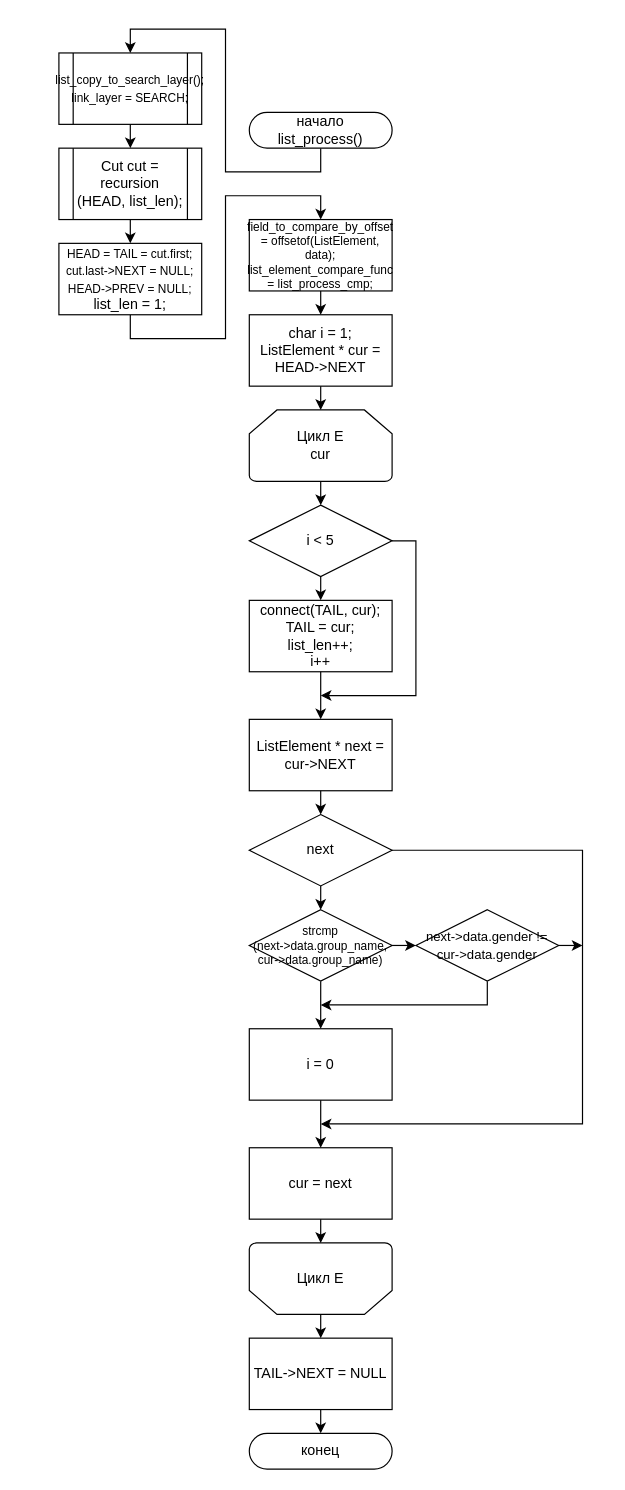
Before: ПЗ/Diagrams/list_process.drawio in Killfrra/AnP, a draw.io diagram. Source tidied: cells renumbered, new cells numbered last; positions are measured from the earlier drawing's top-left corner, leaving out a move shared by most shapes. Both pictures are drawn from the tidied source at 119%, with x=0, y=0 at pixel (58, 29).
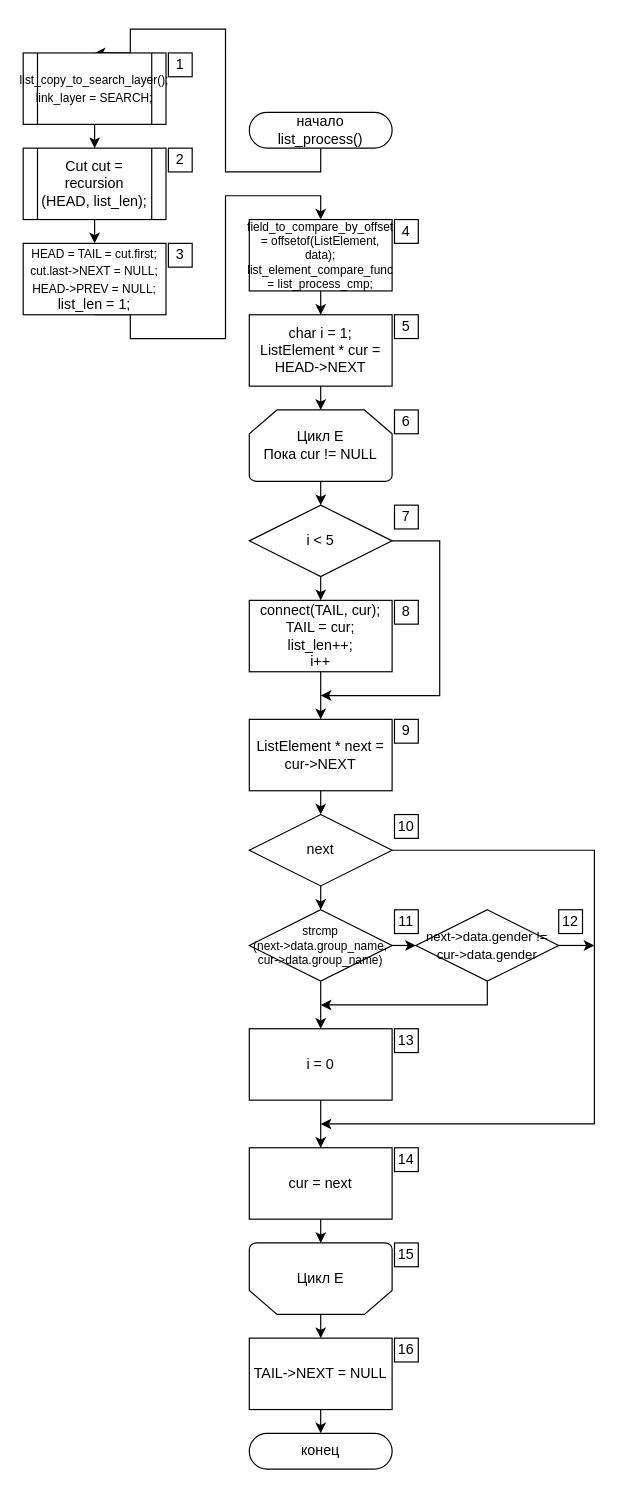
After the change.

The change refers to these unchanged cells:
```xml
<mxCell id="12" value="next" style="rhombus;whiteSpace=wrap;html=1;rounded=0;" parent="1" vertex="1">
  <mxGeometry x="160" y="660" width="120" height="60" as="geometry" />
</mxCell>
<mxCell id="18" value="i &lt; 5" style="rhombus;whiteSpace=wrap;html=1;rounded=0;" parent="1" vertex="1">
  <mxGeometry x="160" y="400" width="120" height="60" as="geometry" />
</mxCell>
<mxCell id="40" value="&lt;font style=&quot;font-size: 11px&quot;&gt;next-&amp;gt;data.gender != cur-&amp;gt;data.gender&lt;/font&gt;" style="rhombus;whiteSpace=wrap;html=1;rounded=0;" parent="1" vertex="1">
  <mxGeometry x="300" y="740" width="120" height="60" as="geometry" />
</mxCell>
```

Change to the diagram source:
```diff
@@
-    <mxCell id="7" value="Цикл E&lt;br&gt;cur" style="strokeWidth=1;html=1;shape=mxgraph.flowchart.loop_limit;whiteSpace=wrap;flipV=0;" parent="1" vertex="1">
+    <mxCell id="7" value="Цикл E&lt;br&gt;Пока cur != NULL" style="strokeWidth=1;html=1;shape=mxgraph.flowchart.loop_limit;whiteSpace=wrap;flipV=0;" parent="1" vertex="1">
       <mxGeometry x="160" y="320" width="120" height="60" as="geometry" />
     </mxCell>
@@
     <mxCell id="15" style="edgeStyle=orthogonalEdgeStyle;rounded=0;jettySize=auto;html=1;exitX=1;exitY=0.5;exitDx=0;exitDy=0;" parent="1" edge="1" source="12">
       <mxGeometry relative="1" as="geometry">
         <mxPoint x="220" y="920" as="targetPoint" />
         <Array as="points">
-          <mxPoint x="440" y="690" />
-          <mxPoint x="440" y="920" />
+          <mxPoint x="450" y="690" />
+          <mxPoint x="450" y="920" />
         </Array>
       </mxGeometry>
     </mxCell>
@@
     <mxCell id="22" style="edgeStyle=orthogonalEdgeStyle;rounded=0;jettySize=auto;html=1;exitX=1;exitY=0.5;exitDx=0;exitDy=0;" parent="1" edge="1" source="18">
       <mxGeometry relative="1" as="geometry">
         <mxPoint x="220" y="560" as="targetPoint" />
         <Array as="points">
-          <mxPoint x="300" y="430" />
-          <mxPoint x="300" y="560" />
+          <mxPoint x="320" y="430" />
+          <mxPoint x="320" y="560" />
         </Array>
       </mxGeometry>
     </mxCell>
@@
     <mxCell id="28" value="&lt;font style=&quot;font-size: 10px&quot;&gt;list_copy_to_search_layer();&lt;br&gt;link_layer = SEARCH;&lt;/font&gt;" style="shape=process;whiteSpace=wrap;html=1;backgroundOutline=1;fontFamily=Helvetica;fontSize=12;fontColor=#000000;align=center;strokeColor=#000000;fillColor=#ffffff;" parent="1" vertex="1">
-      <mxGeometry y="20" width="120" height="60" as="geometry" />
+      <mxGeometry x="-30" y="20" width="120" height="60" as="geometry" />
     </mxCell>
@@
     <mxCell id="30" value="&lt;span&gt;Cut cut =&lt;br&gt;recursion&lt;br&gt;(HEAD, list_len);&lt;/span&gt;" style="shape=process;whiteSpace=wrap;html=1;backgroundOutline=1;fontSize=12;" parent="1" vertex="1">
-      <mxGeometry y="100" width="120" height="60" as="geometry" />
+      <mxGeometry x="-30" y="100" width="120" height="60" as="geometry" />
     </mxCell>
@@
     <mxCell id="32" value="&lt;font style=&quot;font-size: 10px&quot;&gt;&lt;span&gt;HEAD = TAIL = cut.first;&lt;/span&gt;&lt;br&gt;&lt;span&gt;cut.last-&amp;gt;NEXT = NULL;&lt;/span&gt;&lt;br&gt;&lt;span&gt;HEAD-&amp;gt;PREV = NULL;&lt;br&gt;&lt;/span&gt;&lt;span style=&quot;font-size: 12px&quot;&gt;list_len = 1;&lt;/span&gt;&lt;span&gt;&lt;br&gt;&lt;/span&gt;&lt;/font&gt;" style="rounded=0;whiteSpace=wrap;html=1;fontSize=12;" parent="1" vertex="1">
-      <mxGeometry y="180" width="120" height="60" as="geometry" />
+      <mxGeometry x="-30" y="180" width="120" height="60" as="geometry" />
     </mxCell>
@@
     <mxCell id="39" style="edgeStyle=orthogonalEdgeStyle;rounded=0;jettySize=auto;html=1;endSize=6;fontSize=10;" parent="1" edge="1" source="40">
       <mxGeometry relative="1" as="geometry">
-        <mxPoint x="440" y="770" as="targetPoint" />
+        <mxPoint x="450" y="770" as="targetPoint" />
       </mxGeometry>
     </mxCell>
@@
+    <mxCell id="41" value="1" style="whiteSpace=wrap;html=1;" parent="1" vertex="1">
+      <mxGeometry x="92" y="20" width="20" height="20" as="geometry" />
+    </mxCell>
+    <mxCell id="42" value="2" style="whiteSpace=wrap;html=1;" parent="1" vertex="1">
+      <mxGeometry x="92" y="100" width="20" height="20" as="geometry" />
+    </mxCell>
+    <mxCell id="43" value="3" style="whiteSpace=wrap;html=1;" parent="1" vertex="1">
+      <mxGeometry x="92" y="180" width="20" height="20" as="geometry" />
+    </mxCell>
+    <mxCell id="44" value="4" style="whiteSpace=wrap;html=1;" parent="1" vertex="1">
+      <mxGeometry x="282" y="160" width="20" height="20" as="geometry" />
+    </mxCell>
+    <mxCell id="45" value="5" style="whiteSpace=wrap;html=1;" parent="1" vertex="1">
+      <mxGeometry x="282" y="240" width="20" height="20" as="geometry" />
+    </mxCell>
+    <mxCell id="46" value="6" style="whiteSpace=wrap;html=1;" parent="1" vertex="1">
+      <mxGeometry x="282" y="320" width="20" height="20" as="geometry" />
+    </mxCell>
+    <mxCell id="47" value="7" style="whiteSpace=wrap;html=1;" parent="1" vertex="1">
+      <mxGeometry x="282" y="400" width="20" height="20" as="geometry" />
+    </mxCell>
+    <mxCell id="48" value="8" style="whiteSpace=wrap;html=1;" parent="1" vertex="1">
+      <mxGeometry x="282" y="480" width="20" height="20" as="geometry" />
+    </mxCell>
+    <mxCell id="49" value="9" style="whiteSpace=wrap;html=1;" parent="1" vertex="1">
+      <mxGeometry x="282" y="580" width="20" height="20" as="geometry" />
+    </mxCell>
+    <mxCell id="50" value="10" style="whiteSpace=wrap;html=1;" parent="1" vertex="1">
+      <mxGeometry x="282" y="660" width="20" height="20" as="geometry" />
+    </mxCell>
+    <mxCell id="51" value="11" style="whiteSpace=wrap;html=1;" parent="1" vertex="1">
+      <mxGeometry x="282" y="740" width="20" height="20" as="geometry" />
+    </mxCell>
+    <mxCell id="52" value="12" style="whiteSpace=wrap;html=1;" parent="1" vertex="1">
+      <mxGeometry x="420" y="740" width="20" height="20" as="geometry" />
+    </mxCell>
+    <mxCell id="53" value="13" style="whiteSpace=wrap;html=1;" parent="1" vertex="1">
+      <mxGeometry x="282" y="840" width="20" height="20" as="geometry" />
+    </mxCell>
+    <mxCell id="54" value="14" style="whiteSpace=wrap;html=1;" parent="1" vertex="1">
+      <mxGeometry x="282" y="940" width="20" height="20" as="geometry" />
+    </mxCell>
+    <mxCell id="55" value="15" style="whiteSpace=wrap;html=1;" parent="1" vertex="1">
+      <mxGeometry x="282" y="1020" width="20" height="20" as="geometry" />
+    </mxCell>
+    <mxCell id="56" value="16" style="whiteSpace=wrap;html=1;" parent="1" vertex="1">
+      <mxGeometry x="282" y="1100" width="20" height="20" as="geometry" />
+    </mxCell>
```
